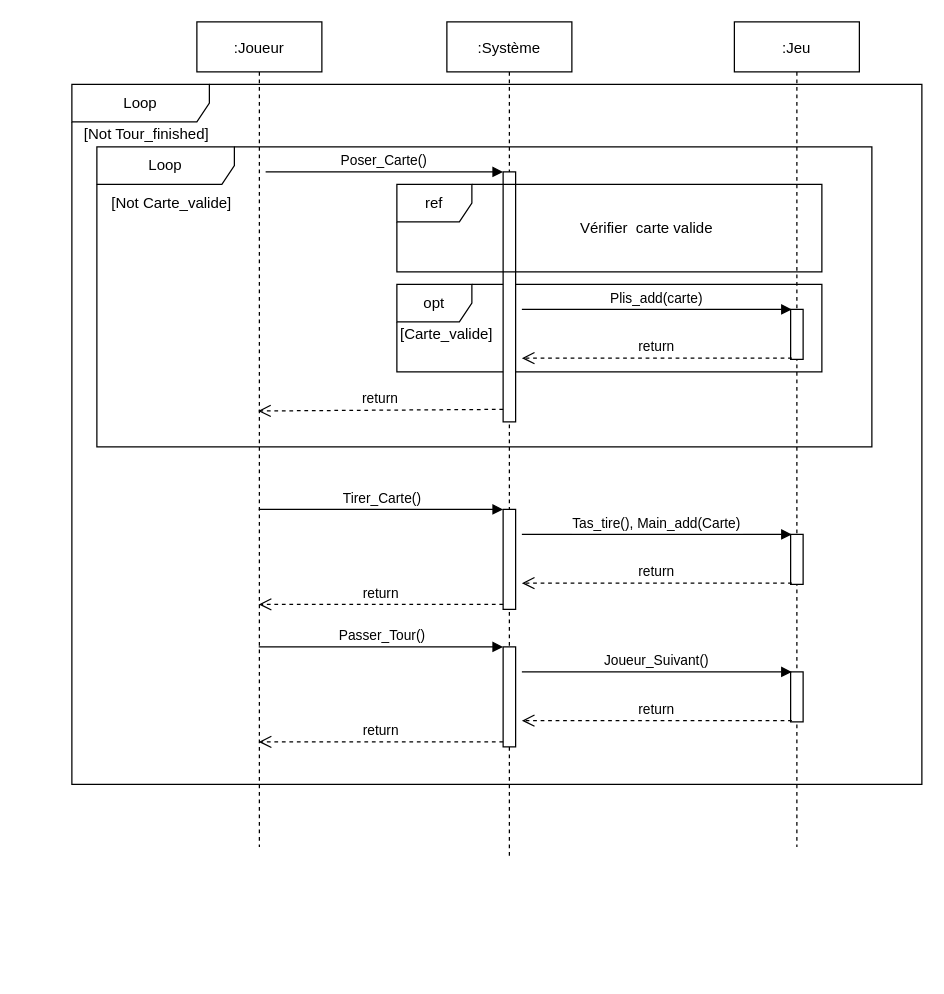
This is Diagrams/Sequence Diagram Playtime.drawio from MailineN/ProjetInfo2A, a draw.io file, before an edit. Source tidied: cells renumbered, new cells numbered last; positions are measured from the earlier drawing's top-left corner, leaving out a move shared by most shapes. Both pictures are drawn from the tidied source at 125%, with x=0, y=0 at pixel (34, 21).
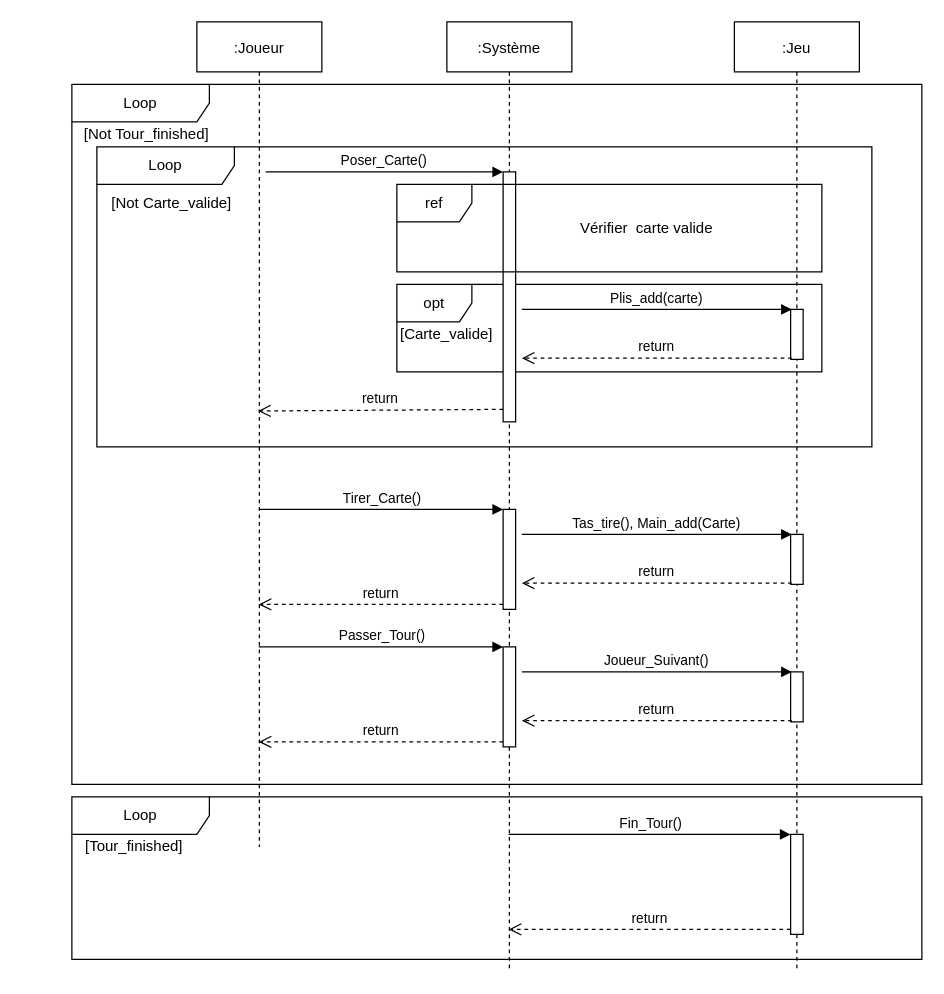
Above is the later version.

Change to the diagram source:
```diff
@@
     <mxCell id="6" value=":Système" style="shape=umlLifeline;perimeter=lifelinePerimeter;rounded=0;shadow=0;strokeWidth=1;" parent="1" vertex="1">
-      <mxGeometry x="330" width="100" height="670" as="geometry" />
+      <mxGeometry x="330" width="100" height="760" as="geometry" />
     </mxCell>
@@
     <mxCell id="12" value=":Jeu" style="shape=umlLifeline;perimeter=lifelinePerimeter;rounded=0;shadow=0;strokeWidth=1;" parent="1" vertex="1">
-      <mxGeometry x="560" width="100" height="660" as="geometry" />
+      <mxGeometry x="560" width="100" height="760" as="geometry" />
     </mxCell>
@@
+    <mxCell id="31" style="html=1;points=[];perimeter=orthogonalPerimeter;" parent="12" vertex="1">
+      <mxGeometry x="45" y="650" width="10" height="80" as="geometry" />
+    </mxCell>
@@
+    <mxCell id="32" value="Fin_Tour()" style="html=1;verticalAlign=bottom;endArrow=block;entryX=0;entryY=0;" parent="1" edge="1" source="6" target="31">
+      <mxGeometry relative="1" as="geometry" />
+    </mxCell>
+    <mxCell id="33" value="return" style="html=1;verticalAlign=bottom;endArrow=open;dashed=1;endSize=8;exitX=0;exitY=0.95;" parent="1" edge="1" source="31" target="6">
+      <mxGeometry relative="1" as="geometry" />
+    </mxCell>
+    <mxCell id="34" value="Loop" style="shape=umlFrame;whiteSpace=wrap;html=1;width=110;height=30;" parent="1" vertex="1">
+      <mxGeometry x="30" y="620" width="680" height="130" as="geometry" />
+    </mxCell>
+    <mxCell id="35" value="[Tour_finished]" style="text;html=1;strokeColor=none;fillColor=none;align=center;verticalAlign=middle;whiteSpace=wrap;rounded=0;" parent="1" vertex="1">
+      <mxGeometry x="-10" y="650" width="180" height="20" as="geometry" />
+    </mxCell>
```
